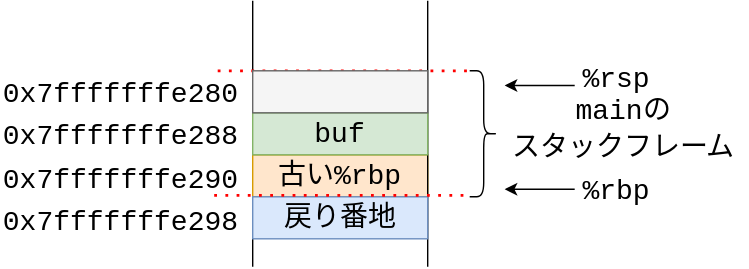
Earlier version of the draw.io export docs/figs/buf-overflow.svg (gondow/linux-x86-64-programming). Source tidied: cells renumbered, new cells last; positions are measured from the earlier drawing's top-left corner, leaving out a move shared by most shapes. Source of this version:
```xml
<mxGraphModel>
  <root>
    <mxCell id="0" />
    <mxCell id="1" parent="0" />
    <mxCell id="2" value="&lt;span style=&quot;font-size: 20px;&quot;&gt;&lt;font face=&quot;Courier New&quot;&gt;%rsp&lt;/font&gt;&lt;/span&gt;" style="text;strokeColor=none;align=center;fillColor=none;html=1;verticalAlign=middle;whiteSpace=wrap;rounded=0;fontSize=12;fontFamily=Helvetica;fontColor=default;" parent="1" vertex="1">
      <mxGeometry x="400" y="40" width="80" height="30" as="geometry" />
    </mxCell>
    <mxCell id="3" value="&lt;span style=&quot;font-size: 20px;&quot;&gt;&lt;font face=&quot;Courier New&quot;&gt;main&lt;/font&gt;の&lt;br&gt;スタックフレーム&lt;br&gt;&lt;/span&gt;" style="text;strokeColor=none;align=center;fillColor=none;html=1;verticalAlign=middle;whiteSpace=wrap;rounded=0;fontSize=12;fontFamily=Helvetica;fontColor=default;" parent="1" vertex="1">
      <mxGeometry x="355" y="60.5" width="180" height="59" as="geometry" />
    </mxCell>
    <mxCell id="4" value="&lt;span style=&quot;font-size: 20px;&quot;&gt;&lt;font face=&quot;Courier New&quot; style=&quot;font-size: 20px;&quot;&gt;%rbp&lt;/font&gt;&lt;/span&gt;" style="text;strokeColor=none;align=center;fillColor=none;html=1;verticalAlign=middle;whiteSpace=wrap;rounded=0;fontSize=20;fontFamily=Helvetica;fontColor=default;" parent="1" vertex="1">
      <mxGeometry x="400" y="119.5" width="80" height="30" as="geometry" />
    </mxCell>
    <mxCell id="5" style="shape=curlyBracket;whiteSpace=wrap;html=1;rounded=1;labelPosition=left;verticalLabelPosition=middle;align=right;verticalAlign=middle;strokeColor=default;fontFamily=Helvetica;fontSize=12;fontColor=default;fillColor=default;flipH=1;" parent="1" vertex="1">
      <mxGeometry x="335" y="50" width="20" height="90" as="geometry" />
    </mxCell>
    <mxCell id="6" style="endArrow=none;html=1;rounded=0;fontFamily=Helvetica;fontSize=12;fontColor=default;" parent="1" edge="1">
      <mxGeometry relative="1" as="geometry">
        <mxPoint x="180" y="190" as="sourcePoint" />
        <mxPoint x="180" as="targetPoint" />
      </mxGeometry>
    </mxCell>
    <mxCell id="7" value="&lt;font style=&quot;font-size: 20px;&quot; face=&quot;Courier New&quot;&gt;古い%rbp&lt;/font&gt;" style="rounded=0;whiteSpace=wrap;html=1;strokeColor=#d79b00;fontFamily=Helvetica;fontSize=12;fillColor=#ffe6cc;glass=0;shadow=0;" parent="1" vertex="1">
      <mxGeometry x="180" y="110" width="125" height="30" as="geometry" />
    </mxCell>
    <mxCell id="8" style="endArrow=none;html=1;rounded=0;fontFamily=Helvetica;fontSize=12;fontColor=default;" parent="1" edge="1">
      <mxGeometry relative="1" as="geometry">
        <mxPoint x="305" y="190" as="sourcePoint" />
        <mxPoint x="305" as="targetPoint" />
      </mxGeometry>
    </mxCell>
    <mxCell id="9" value="&lt;font style=&quot;font-size: 20px;&quot; face=&quot;Courier New&quot;&gt;戻り番地&lt;/font&gt;" style="rounded=0;whiteSpace=wrap;html=1;strokeColor=#6c8ebf;fontFamily=Helvetica;fontSize=12;fillColor=#dae8fc;glass=0;shadow=0;" parent="1" vertex="1">
      <mxGeometry x="180" y="140" width="125" height="30" as="geometry" />
    </mxCell>
    <mxCell id="10" value="&lt;font style=&quot;font-size: 20px;&quot; face=&quot;Courier New&quot;&gt;buf&lt;/font&gt;" style="rounded=0;whiteSpace=wrap;html=1;strokeColor=#82b366;fontFamily=Helvetica;fontSize=12;fillColor=#d5e8d4;glass=0;shadow=0;" parent="1" vertex="1">
      <mxGeometry x="180" y="80" width="125" height="30" as="geometry" />
    </mxCell>
    <mxCell id="11" style="endArrow=none;dashed=1;html=1;dashPattern=1 3;strokeWidth=2;rounded=0;strokeColor=#FF0000;" parent="1" edge="1">
      <mxGeometry relative="1" as="geometry">
        <mxPoint x="155" y="50" as="sourcePoint" />
        <mxPoint x="335" y="50" as="targetPoint" />
      </mxGeometry>
    </mxCell>
    <mxCell id="12" style="endArrow=none;dashed=1;html=1;dashPattern=1 3;strokeWidth=2;rounded=0;strokeColor=#FF0000;" parent="1" edge="1">
      <mxGeometry relative="1" as="geometry">
        <mxPoint x="152.5" y="139" as="sourcePoint" />
        <mxPoint x="332.5" y="139" as="targetPoint" />
      </mxGeometry>
    </mxCell>
    <mxCell id="13" style="endArrow=classic;html=1;rounded=0;fontFamily=Helvetica;fontSize=12;fontColor=default;" parent="1" edge="1">
      <mxGeometry relative="1" as="geometry">
        <mxPoint x="410" y="60.5" as="sourcePoint" />
        <mxPoint x="360" y="60.5" as="targetPoint" />
      </mxGeometry>
    </mxCell>
    <mxCell id="14" value="0x7fffffffe288" style="text;whiteSpace=wrap;fontSize=20;fontFamily=Courier New;" parent="1" vertex="1">
      <mxGeometry y="79" width="100" height="40" as="geometry" />
    </mxCell>
    <mxCell id="15" style="rounded=0;whiteSpace=wrap;html=1;fontFamily=Helvetica;fontSize=12;glass=0;shadow=0;fillColor=#f5f5f5;fontColor=#333333;strokeColor=#666666;" parent="1" vertex="1">
      <mxGeometry x="180" y="50" width="125" height="30" as="geometry" />
    </mxCell>
    <mxCell id="16" style="endArrow=classic;html=1;rounded=0;fontFamily=Helvetica;fontSize=12;fontColor=default;" parent="1" edge="1">
      <mxGeometry relative="1" as="geometry">
        <mxPoint x="410" y="134.6" as="sourcePoint" />
        <mxPoint x="360" y="134.6" as="targetPoint" />
      </mxGeometry>
    </mxCell>
    <mxCell id="17" value="0x7fffffffe280" style="text;whiteSpace=wrap;fontSize=20;fontFamily=Courier New;" parent="1" vertex="1">
      <mxGeometry y="49" width="100" height="40" as="geometry" />
    </mxCell>
    <mxCell id="18" value="0x7fffffffe298" style="text;whiteSpace=wrap;fontSize=20;fontFamily=Courier New;" parent="1" vertex="1">
      <mxGeometry y="140" width="100" height="40" as="geometry" />
    </mxCell>
    <mxCell id="19" value="0x7fffffffe290" style="text;whiteSpace=wrap;fontSize=20;fontFamily=Courier New;" parent="1" vertex="1">
      <mxGeometry y="110" width="100" height="40" as="geometry" />
    </mxCell>
  </root>
</mxGraphModel>
```
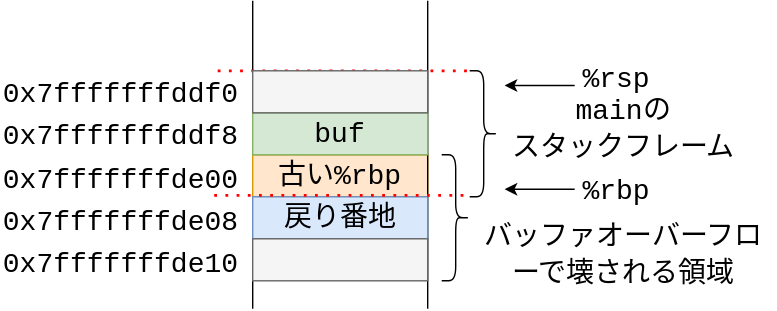
After the change.

Change to the diagram source:
```diff
@@ -16,7 +16,7 @@
     </mxCell>
     <mxCell id="6" style="endArrow=none;html=1;rounded=0;fontFamily=Helvetica;fontSize=12;fontColor=default;" parent="1" edge="1">
       <mxGeometry relative="1" as="geometry">
-        <mxPoint x="180" y="190" as="sourcePoint" />
+        <mxPoint x="180" y="220" as="sourcePoint" />
         <mxPoint x="180" as="targetPoint" />
       </mxGeometry>
     </mxCell>
@@ -25,7 +25,7 @@
     </mxCell>
     <mxCell id="8" style="endArrow=none;html=1;rounded=0;fontFamily=Helvetica;fontSize=12;fontColor=default;" parent="1" edge="1">
       <mxGeometry relative="1" as="geometry">
-        <mxPoint x="305" y="190" as="sourcePoint" />
+        <mxPoint x="305" y="220" as="sourcePoint" />
         <mxPoint x="305" as="targetPoint" />
       </mxGeometry>
     </mxCell>
@@ -53,7 +53,7 @@
         <mxPoint x="360" y="60.5" as="targetPoint" />
       </mxGeometry>
     </mxCell>
-    <mxCell id="14" value="0x7fffffffe288" style="text;whiteSpace=wrap;fontSize=20;fontFamily=Courier New;" parent="1" vertex="1">
+    <mxCell id="14" value="0x7fffffffddf8" style="text;whiteSpace=wrap;fontSize=20;fontFamily=Courier New;" parent="1" vertex="1">
       <mxGeometry y="79" width="100" height="40" as="geometry" />
     </mxCell>
     <mxCell id="15" style="rounded=0;whiteSpace=wrap;html=1;fontFamily=Helvetica;fontSize=12;glass=0;shadow=0;fillColor=#f5f5f5;fontColor=#333333;strokeColor=#666666;" parent="1" vertex="1">
@@ -65,14 +65,26 @@
         <mxPoint x="360" y="134.6" as="targetPoint" />
       </mxGeometry>
     </mxCell>
-    <mxCell id="17" value="0x7fffffffe280" style="text;whiteSpace=wrap;fontSize=20;fontFamily=Courier New;" parent="1" vertex="1">
+    <mxCell id="17" value="0x7fffffffddf0" style="text;whiteSpace=wrap;fontSize=20;fontFamily=Courier New;" parent="1" vertex="1">
       <mxGeometry y="49" width="100" height="40" as="geometry" />
     </mxCell>
-    <mxCell id="18" value="0x7fffffffe298" style="text;whiteSpace=wrap;fontSize=20;fontFamily=Courier New;" parent="1" vertex="1">
+    <mxCell id="18" value="0x7fffffffde08" style="text;whiteSpace=wrap;fontSize=20;fontFamily=Courier New;" parent="1" vertex="1">
       <mxGeometry y="140" width="100" height="40" as="geometry" />
     </mxCell>
-    <mxCell id="19" value="0x7fffffffe290" style="text;whiteSpace=wrap;fontSize=20;fontFamily=Courier New;" parent="1" vertex="1">
+    <mxCell id="19" value="0x7fffffffde00" style="text;whiteSpace=wrap;fontSize=20;fontFamily=Courier New;" parent="1" vertex="1">
       <mxGeometry y="110" width="100" height="40" as="geometry" />
     </mxCell>
+    <mxCell id="20" value="0x7fffffffde10" style="text;whiteSpace=wrap;fontSize=20;fontFamily=Courier New;" parent="1" vertex="1">
+      <mxGeometry y="170" width="100" height="40" as="geometry" />
+    </mxCell>
+    <mxCell id="21" style="rounded=0;whiteSpace=wrap;html=1;fontFamily=Helvetica;fontSize=12;glass=0;shadow=0;fillColor=#f5f5f5;fontColor=#333333;strokeColor=#666666;" parent="1" vertex="1">
+      <mxGeometry x="180" y="170" width="125" height="30" as="geometry" />
+    </mxCell>
+    <mxCell id="22" style="shape=curlyBracket;whiteSpace=wrap;html=1;rounded=1;labelPosition=left;verticalLabelPosition=middle;align=right;verticalAlign=middle;strokeColor=default;fontFamily=Helvetica;fontSize=12;fontColor=default;fillColor=default;flipH=1;" parent="1" vertex="1">
+      <mxGeometry x="315" y="110" width="20" height="90" as="geometry" />
+    </mxCell>
+    <mxCell id="23" value="&lt;span style=&quot;font-size: 20px;&quot;&gt;&lt;font face=&quot;Courier New&quot;&gt;バッファオーバーフローで壊される領域&lt;/font&gt;&lt;/span&gt;" style="text;strokeColor=none;align=center;fillColor=none;html=1;verticalAlign=middle;whiteSpace=wrap;rounded=0;fontSize=12;fontFamily=Helvetica;fontColor=default;" parent="1" vertex="1">
+      <mxGeometry x="335" y="151" width="220" height="59" as="geometry" />
+    </mxCell>
   </root>
 </mxGraphModel>
```
